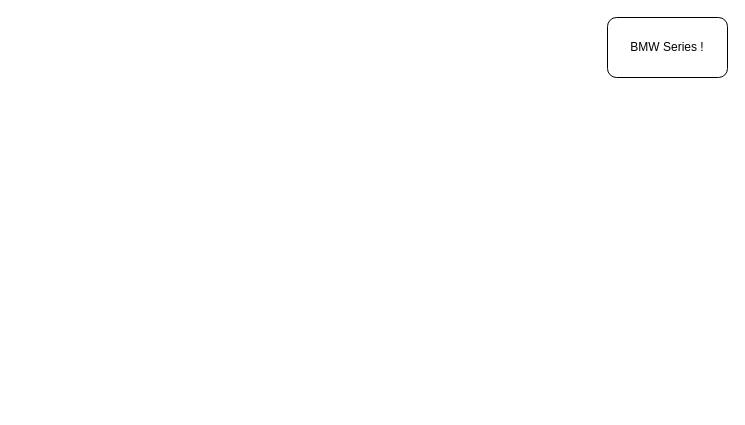
This is BMW PARTS Compatibity Manchester UK.drawio from Fgohar/BMW-CAR-PARTS-MANCHESTER-UK, a draw.io file, before an edit. Source tidied: cells renumbered, new cells numbered last; positions are measured from the earlier drawing's top-left corner, leaving out a move shared by most shapes. Both pictures are drawn from the tidied source at 100%, with x=0, y=0 at pixel (607, 17). Pictures stored in the file or linked from it are replaced by grey dashed boxes.
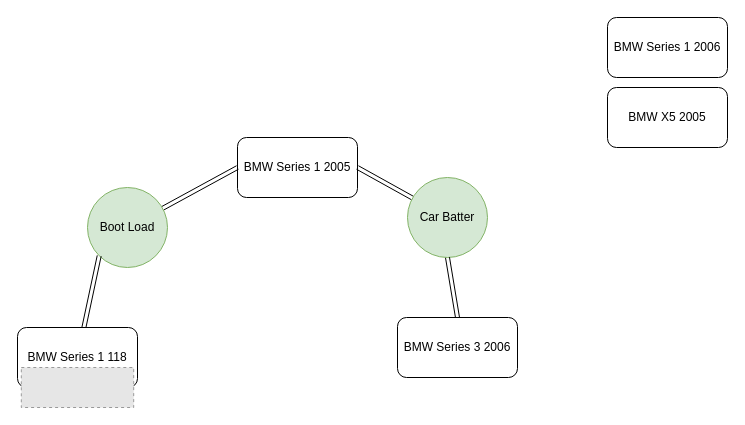
Above is the later version.

The edit, as a diff of the source:
```diff
@@
 <mxGraphModel>
   <root>
     <mxCell id="0" />
     <mxCell id="1" parent="0" />
-    <mxCell id="2" value="BMW Series !" style="rounded=1;whiteSpace=wrap;html=1;" parent="1" vertex="1">
+    <mxCell id="2" value="BMW Series 1 2006" style="rounded=1;whiteSpace=wrap;html=1;" parent="1" vertex="1">
       <mxGeometry width="120" height="60" as="geometry" />
     </mxCell>
+    <mxCell id="3" value="BMW Series 1 2005" style="rounded=1;whiteSpace=wrap;html=1;" parent="1" vertex="1">
+      <mxGeometry x="-370" y="120" width="120" height="60" as="geometry" />
+    </mxCell>
+    <mxCell id="4" value="BMW Series 3 2006" style="rounded=1;whiteSpace=wrap;html=1;" parent="1" vertex="1">
+      <mxGeometry x="-210" y="300" width="120" height="60" as="geometry" />
+    </mxCell>
+    <mxCell id="5" value="BMW X5 2005" style="rounded=1;whiteSpace=wrap;html=1;" parent="1" vertex="1">
+      <mxGeometry y="70" width="120" height="60" as="geometry" />
+    </mxCell>
+    <mxCell id="6" style="rounded=0;jettySize=auto;html=1;entryX=0;entryY=0.5;entryDx=0;entryDy=0;shape=link;" parent="1" edge="1" source="7" target="3">
+      <mxGeometry relative="1" as="geometry" />
+    </mxCell>
+    <mxCell id="7" value="Boot Load" style="ellipse;whiteSpace=wrap;html=1;fillColor=#d5e8d4;strokeColor=#82b366;" parent="1" vertex="1">
+      <mxGeometry x="-520" y="170" width="80" height="80" as="geometry" />
+    </mxCell>
+    <mxCell id="8" style="group;" parent="1" vertex="1">
+      <mxGeometry x="-590" y="310" width="120" height="80" as="geometry" />
+    </mxCell>
+    <mxCell id="9" value="BMW Series 1 118" style="rounded=1;whiteSpace=wrap;html=1;" parent="8" vertex="1">
+      <mxGeometry width="120" height="60" as="geometry" />
+    </mxCell>
+    <mxCell id="10" style="fillColor=#E6E6E6;strokeColor=#999999;dashed=1;verticalLabelPosition=bottom;labelBackgroundColor=default;verticalAlign=top;" parent="8" vertex="1">
+      <mxGeometry x="3.8" y="40" width="112.4" height="40" as="geometry" />
+    </mxCell>
+    <mxCell id="11" style="rounded=0;jettySize=auto;html=1;entryX=0;entryY=1;entryDx=0;entryDy=0;shape=link;" parent="1" edge="1" source="9" target="7">
+      <mxGeometry relative="1" as="geometry" />
+    </mxCell>
+    <mxCell id="12" style="rounded=0;jettySize=auto;html=1;entryX=1;entryY=0.5;entryDx=0;entryDy=0;shape=link;" parent="1" edge="1" source="13" target="3">
+      <mxGeometry relative="1" as="geometry" />
+    </mxCell>
+    <mxCell id="13" value="Car Batter" style="ellipse;whiteSpace=wrap;html=1;fillColor=#d5e8d4;strokeColor=#82b366;" parent="1" vertex="1">
+      <mxGeometry x="-200" y="160" width="80" height="80" as="geometry" />
+    </mxCell>
+    <mxCell id="14" style="rounded=0;jettySize=auto;html=1;entryX=0.5;entryY=1;entryDx=0;entryDy=0;shape=link;exitX=0.5;exitY=0;exitDx=0;exitDy=0;" parent="1" edge="1" source="4" target="13">
+      <mxGeometry relative="1" as="geometry" />
+    </mxCell>
   </root>
 </mxGraphModel>
```
